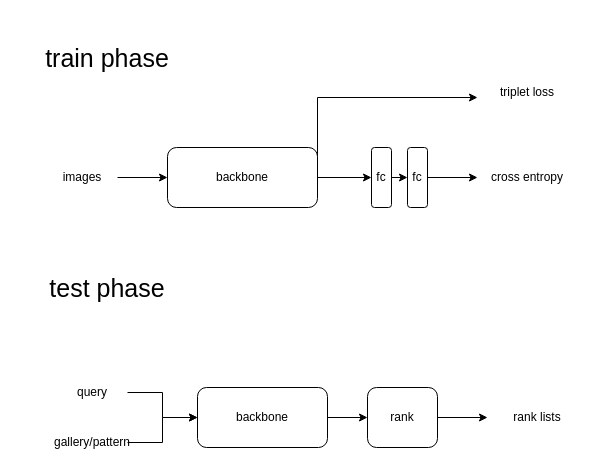
This is phone color.drawio from Linranran/my_images, a draw.io file, before an edit. Source tidied: cells renumbered, new cells numbered last; positions are measured from the earlier drawing's top-left corner, leaving out a move shared by most shapes. Both pictures are drawn from the tidied source at 100%, with x=0, y=0 at pixel (17, 17).
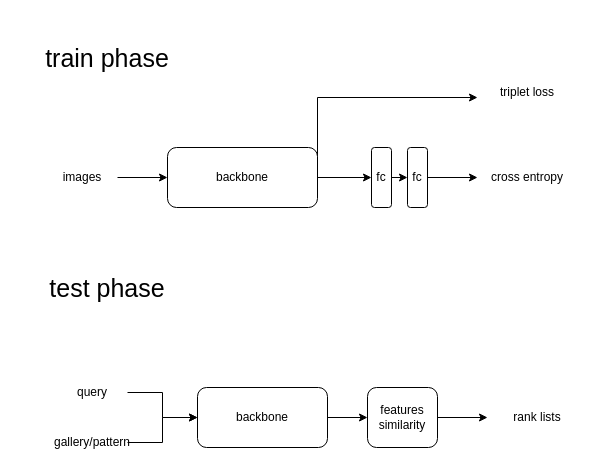
The same page after the edit.

Change to the diagram source:
```diff
@@
-    <mxCell id="22" value="rank" style="rounded=1;whiteSpace=wrap;html=1;" parent="1" vertex="1">
+    <mxCell id="22" value="features similarity" style="rounded=1;whiteSpace=wrap;html=1;" parent="1" vertex="1">
       <mxGeometry x="350" y="370" width="70" height="60" as="geometry" />
     </mxCell>
```
